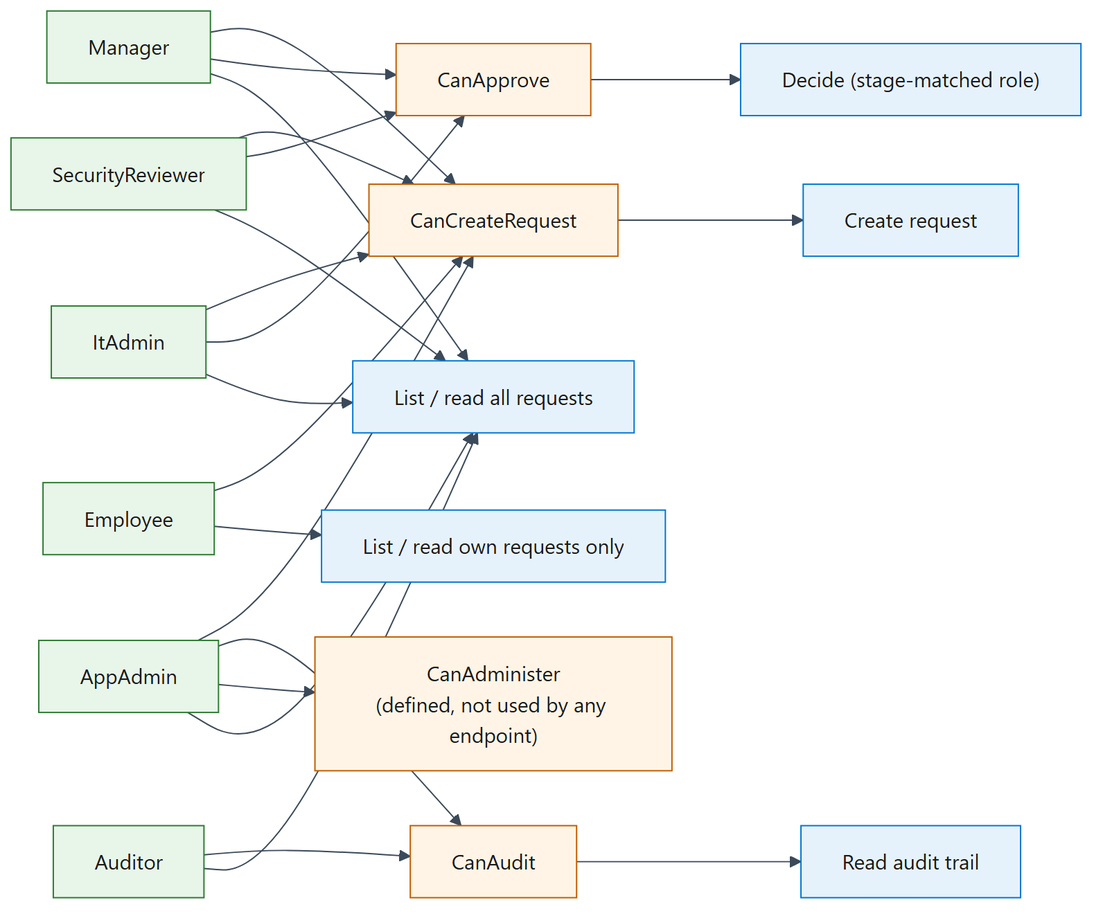
Above: docs/complete-solution-documentation/diagrams/rendered/18-authorization-model.png in Deepankar-AICloud/AISDLC-V1 (Mermaid), before the change. Its source is kept beside it as docs/complete-solution-documentation/diagrams/mermaid/18-authorization-model.mmd. Its diagram source:
```mermaid
flowchart LR
  classDef role fill:#E8F5E9,stroke:#2E7D32,color:#1B1B1B
  classDef pol fill:#FFF4E5,stroke:#C25E00,color:#1B1B1B
  classDef act fill:#E6F2FB,stroke:#0078D4,color:#1B1B1B

  EMP["Employee"]:::role
  MGR["Manager"]:::role
  SEC["SecurityReviewer"]:::role
  ITA["ItAdmin"]:::role
  APA["AppAdmin"]:::role
  AUD["Auditor"]:::role

  P1["CanCreateRequest"]:::pol
  P2["CanApprove"]:::pol
  P3["CanAudit"]:::pol
  P4["CanAdminister<br/>(defined, not used by any endpoint)"]:::pol

  A1["Create request"]:::act
  A2["Decide (stage-matched role)"]:::act
  A3["Read audit trail"]:::act
  A4["List / read all requests"]:::act
  A5["List / read own requests only"]:::act

  EMP --> P1
  MGR --> P1
  SEC --> P1
  ITA --> P1
  APA --> P1
  MGR --> P2
  SEC --> P2
  ITA --> P2
  AUD --> P3
  APA --> P3
  APA --> P4
  P1 --> A1
  P2 --> A2
  P3 --> A3
  MGR & SEC & ITA & APA & AUD --> A4
  EMP --> A5
```
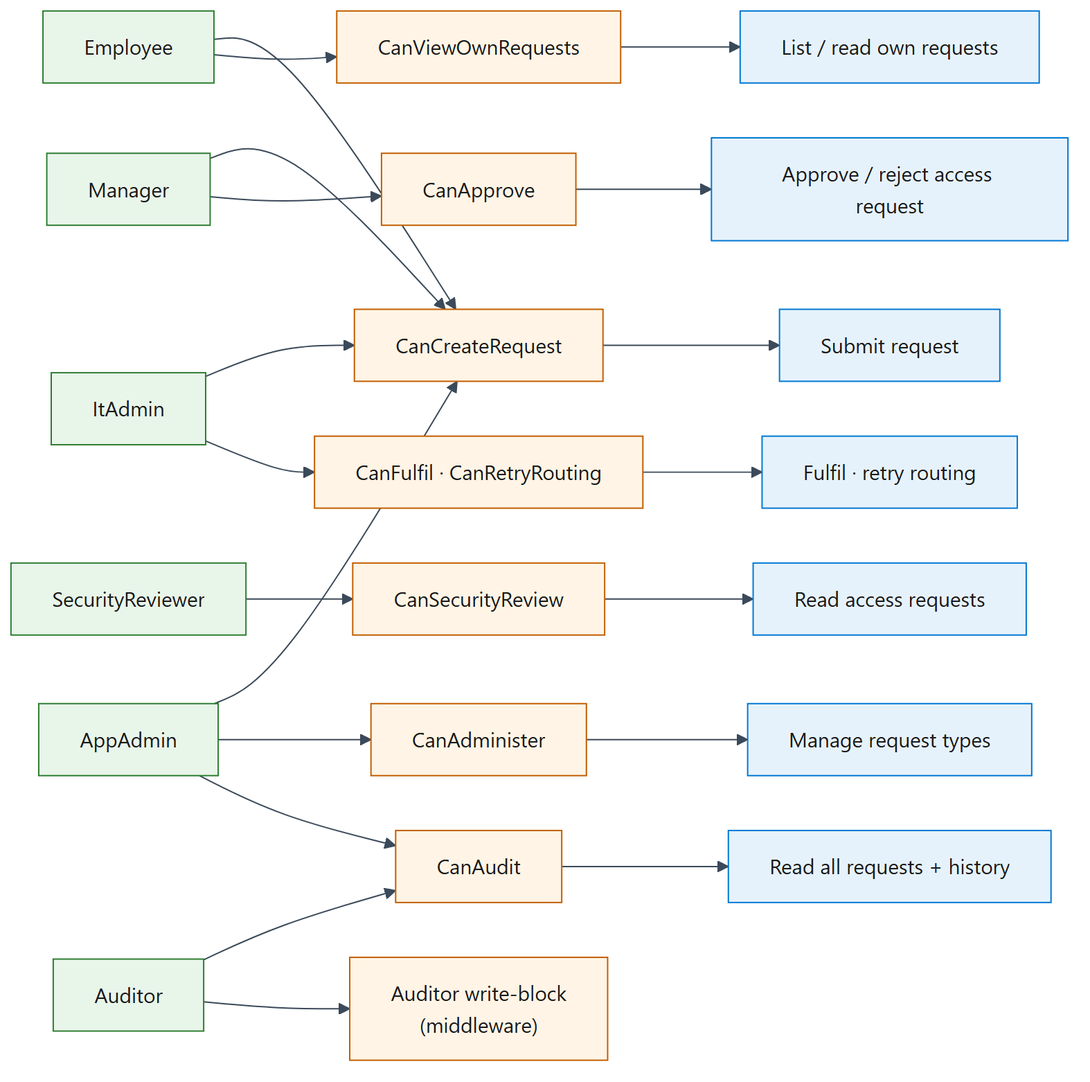
Above is the later version.

The edit, as a diff of the source:
```diff
@@ -11,29 +11,38 @@
   AUD["Auditor"]:::role
 
   P1["CanCreateRequest"]:::pol
+  P0["CanViewOwnRequests"]:::pol
   P2["CanApprove"]:::pol
-  P3["CanAudit"]:::pol
-  P4["CanAdminister<br/>(defined, not used by any endpoint)"]:::pol
+  P3["CanFulfil · CanRetryRouting"]:::pol
+  P4["CanAdminister"]:::pol
+  P5["CanAudit"]:::pol
+  P6["CanSecurityReview"]:::pol
+  BLK["Auditor write-block<br/>(middleware)"]:::pol
 
-  A1["Create request"]:::act
-  A2["Decide (stage-matched role)"]:::act
-  A3["Read audit trail"]:::act
-  A4["List / read all requests"]:::act
-  A5["List / read own requests only"]:::act
+  A1["Submit request"]:::act
+  A0["List / read own requests"]:::act
+  A2["Approve / reject access request"]:::act
+  A3["Fulfil · retry routing"]:::act
+  A4["Manage request types"]:::act
+  A5["Read all requests + history"]:::act
+  A6["Read access requests"]:::act
 
   EMP --> P1
+  EMP --> P0
   MGR --> P1
-  SEC --> P1
   ITA --> P1
   APA --> P1
   MGR --> P2
-  SEC --> P2
-  ITA --> P2
-  AUD --> P3
-  APA --> P3
+  ITA --> P3
   APA --> P4
+  APA --> P5
+  AUD --> P5
+  AUD --> BLK
+  SEC --> P6
   P1 --> A1
+  P0 --> A0
   P2 --> A2
   P3 --> A3
-  MGR & SEC & ITA & APA & AUD --> A4
-  EMP --> A5
+  P4 --> A4
+  P5 --> A5
+  P6 --> A6
```
